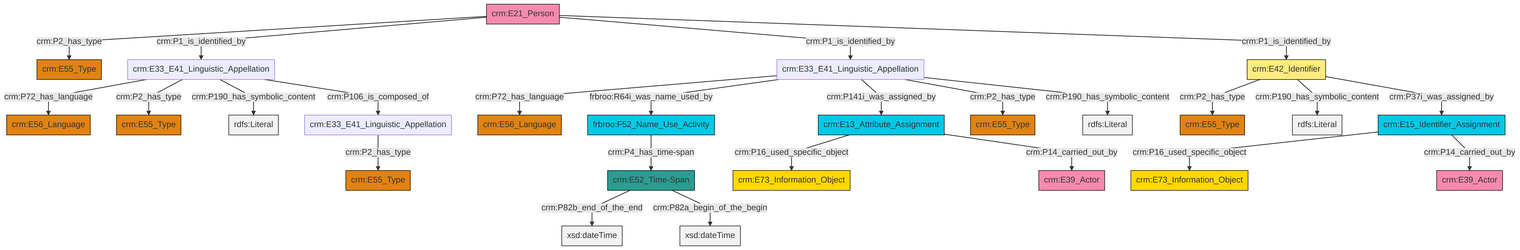
Above: et/personCSV/ttl/mmd/png/Person_Names_and_Classification.png in swiss-art-research-net/reference-data-models (Mermaid), before the change. Its source is kept beside it as et/personCSV/ttl/mmd/Person_Names_and_Classification.ttl.mmd. Its diagram source:
```mermaid
graph TD
classDef Literal fill:#f2f2f2,stroke:#000000;
classDef CRM_Entity fill:#FFFFFF,stroke:#000000;
classDef Temporal_Entity fill:#00C9E6, stroke:#000000;
classDef Type fill:#E18312, stroke:#000000;
classDef Time-Span fill:#2C9C91, stroke:#000000;
classDef Appellation fill:#FFEB7F, stroke:#000000;
classDef Place fill:#008836, stroke:#000000;
classDef Persistent_Item fill:#B266B2, stroke:#000000;
classDef Conceptual_Object fill:#FFD700, stroke:#000000;
classDef Physical_Thing fill:#D2B48C, stroke:#000000;
classDef Actor fill:#f58aad, stroke:#000000;
classDef PC_Classes fill:#4ce600, stroke:#000000;
classDef Multi fill:#cccccc,stroke:#000000;

2["crm:E15_Identifier_Assignment"]:::Temporal_Entity -->|crm:P16_used_specific_object| 3["crm:E73_Information_Object"]:::Conceptual_Object
6["crm:E33_E41_Linguistic_Appellation"]:::Default -->|crm:P72_has_language| 7["crm:E56_Language"]:::Type
6["crm:E33_E41_Linguistic_Appellation"]:::Default -->|frbroo:R64i_was_name_used_by| 8["frbroo:F52_Name_Use_Activity"]:::Temporal_Entity
13["crm:E52_Time-Span"]:::Time-Span -->|crm:P82b_end_of_the_end| 14[xsd:dateTime]:::Literal
0["crm:E21_Person"]:::Actor -->|crm:P2_has_type| 16["crm:E55_Type"]:::Type
6["crm:E33_E41_Linguistic_Appellation"]:::Default -->|crm:P141i_was_assigned_by| 17["crm:E13_Attribute_Assignment"]:::Temporal_Entity
17["crm:E13_Attribute_Assignment"]:::Temporal_Entity -->|crm:P16_used_specific_object| 18["crm:E73_Information_Object"]:::Conceptual_Object
6["crm:E33_E41_Linguistic_Appellation"]:::Default -->|crm:P2_has_type| 19["crm:E55_Type"]:::Type
20["crm:E33_E41_Linguistic_Appellation"]:::Default -->|crm:P72_has_language| 9["crm:E56_Language"]:::Type
21["crm:E42_Identifier"]:::Appellation -->|crm:P2_has_type| 22["crm:E55_Type"]:::Type
0["crm:E21_Person"]:::Actor -->|crm:P1_is_identified_by| 20["crm:E33_E41_Linguistic_Appellation"]:::Default
20["crm:E33_E41_Linguistic_Appellation"]:::Default -->|crm:P2_has_type| 24["crm:E55_Type"]:::Type
0["crm:E21_Person"]:::Actor -->|crm:P1_is_identified_by| 6["crm:E33_E41_Linguistic_Appellation"]:::Default
21["crm:E42_Identifier"]:::Appellation -->|crm:P190_has_symbolic_content| 26[rdfs:Literal]:::Literal
21["crm:E42_Identifier"]:::Appellation -->|crm:P37i_was_assigned_by| 2["crm:E15_Identifier_Assignment"]:::Temporal_Entity
4["crm:E33_E41_Linguistic_Appellation"]:::Default -->|crm:P2_has_type| 11["crm:E55_Type"]:::Type
2["crm:E15_Identifier_Assignment"]:::Temporal_Entity -->|crm:P14_carried_out_by| 27["crm:E39_Actor"]:::Actor
8["frbroo:F52_Name_Use_Activity"]:::Temporal_Entity -->|crm:P4_has_time-span| 13["crm:E52_Time-Span"]:::Time-Span
13["crm:E52_Time-Span"]:::Time-Span -->|crm:P82a_begin_of_the_begin| 36[xsd:dateTime]:::Literal
20["crm:E33_E41_Linguistic_Appellation"]:::Default -->|crm:P190_has_symbolic_content| 38[rdfs:Literal]:::Literal
0["crm:E21_Person"]:::Actor -->|crm:P1_is_identified_by| 21["crm:E42_Identifier"]:::Appellation
6["crm:E33_E41_Linguistic_Appellation"]:::Default -->|crm:P190_has_symbolic_content| 40[rdfs:Literal]:::Literal
17["crm:E13_Attribute_Assignment"]:::Temporal_Entity -->|crm:P14_carried_out_by| 32["crm:E39_Actor"]:::Actor
20["crm:E33_E41_Linguistic_Appellation"]:::Default -->|crm:P106_is_composed_of| 4["crm:E33_E41_Linguistic_Appellation"]:::Default
```
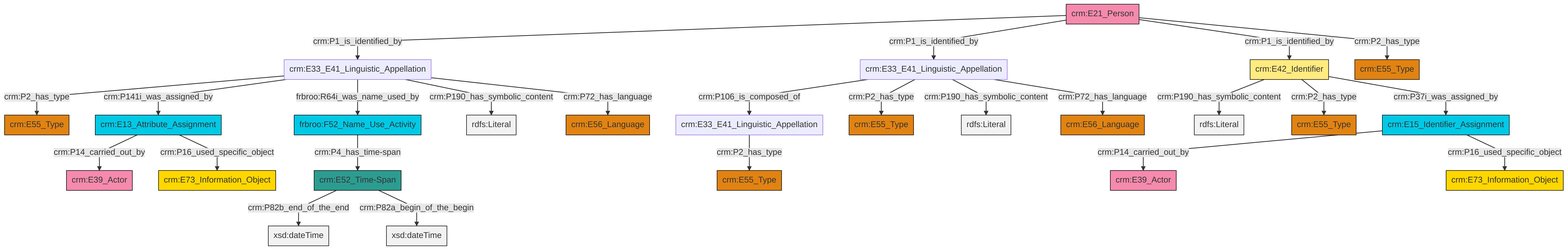
Later version of the same file.

The edit, as a diff of the source:
```diff
@@ -13,27 +13,27 @@
 classDef PC_Classes fill:#4ce600, stroke:#000000;
 classDef Multi fill:#cccccc,stroke:#000000;
 
-2["crm:E15_Identifier_Assignment"]:::Temporal_Entity -->|crm:P16_used_specific_object| 3["crm:E73_Information_Object"]:::Conceptual_Object
-6["crm:E33_E41_Linguistic_Appellation"]:::Default -->|crm:P72_has_language| 7["crm:E56_Language"]:::Type
-6["crm:E33_E41_Linguistic_Appellation"]:::Default -->|frbroo:R64i_was_name_used_by| 8["frbroo:F52_Name_Use_Activity"]:::Temporal_Entity
-13["crm:E52_Time-Span"]:::Time-Span -->|crm:P82b_end_of_the_end| 14[xsd:dateTime]:::Literal
-0["crm:E21_Person"]:::Actor -->|crm:P2_has_type| 16["crm:E55_Type"]:::Type
-6["crm:E33_E41_Linguistic_Appellation"]:::Default -->|crm:P141i_was_assigned_by| 17["crm:E13_Attribute_Assignment"]:::Temporal_Entity
-17["crm:E13_Attribute_Assignment"]:::Temporal_Entity -->|crm:P16_used_specific_object| 18["crm:E73_Information_Object"]:::Conceptual_Object
-6["crm:E33_E41_Linguistic_Appellation"]:::Default -->|crm:P2_has_type| 19["crm:E55_Type"]:::Type
-20["crm:E33_E41_Linguistic_Appellation"]:::Default -->|crm:P72_has_language| 9["crm:E56_Language"]:::Type
-21["crm:E42_Identifier"]:::Appellation -->|crm:P2_has_type| 22["crm:E55_Type"]:::Type
-0["crm:E21_Person"]:::Actor -->|crm:P1_is_identified_by| 20["crm:E33_E41_Linguistic_Appellation"]:::Default
-20["crm:E33_E41_Linguistic_Appellation"]:::Default -->|crm:P2_has_type| 24["crm:E55_Type"]:::Type
-0["crm:E21_Person"]:::Actor -->|crm:P1_is_identified_by| 6["crm:E33_E41_Linguistic_Appellation"]:::Default
-21["crm:E42_Identifier"]:::Appellation -->|crm:P190_has_symbolic_content| 26[rdfs:Literal]:::Literal
-21["crm:E42_Identifier"]:::Appellation -->|crm:P37i_was_assigned_by| 2["crm:E15_Identifier_Assignment"]:::Temporal_Entity
-4["crm:E33_E41_Linguistic_Appellation"]:::Default -->|crm:P2_has_type| 11["crm:E55_Type"]:::Type
-2["crm:E15_Identifier_Assignment"]:::Temporal_Entity -->|crm:P14_carried_out_by| 27["crm:E39_Actor"]:::Actor
-8["frbroo:F52_Name_Use_Activity"]:::Temporal_Entity -->|crm:P4_has_time-span| 13["crm:E52_Time-Span"]:::Time-Span
-13["crm:E52_Time-Span"]:::Time-Span -->|crm:P82a_begin_of_the_begin| 36[xsd:dateTime]:::Literal
-20["crm:E33_E41_Linguistic_Appellation"]:::Default -->|crm:P190_has_symbolic_content| 38[rdfs:Literal]:::Literal
-0["crm:E21_Person"]:::Actor -->|crm:P1_is_identified_by| 21["crm:E42_Identifier"]:::Appellation
-6["crm:E33_E41_Linguistic_Appellation"]:::Default -->|crm:P190_has_symbolic_content| 40[rdfs:Literal]:::Literal
-17["crm:E13_Attribute_Assignment"]:::Temporal_Entity -->|crm:P14_carried_out_by| 32["crm:E39_Actor"]:::Actor
-20["crm:E33_E41_Linguistic_Appellation"]:::Default -->|crm:P106_is_composed_of| 4["crm:E33_E41_Linguistic_Appellation"]:::Default
+0["frbroo:F52_Name_Use_Activity"]:::Temporal_Entity -->|crm:P4_has_time-span| 1["crm:E52_Time-Span"]:::Time-Span
+2["crm:E21_Person"]:::Actor -->|crm:P1_is_identified_by| 3["crm:E33_E41_Linguistic_Appellation"]:::Default
+6["crm:E33_E41_Linguistic_Appellation"]:::Default -->|crm:P106_is_composed_of| 7["crm:E33_E41_Linguistic_Appellation"]:::Default
+6["crm:E33_E41_Linguistic_Appellation"]:::Default -->|crm:P2_has_type| 10["crm:E55_Type"]:::Type
+1["crm:E52_Time-Span"]:::Time-Span -->|crm:P82b_end_of_the_end| 11[xsd:dateTime]:::Literal
+12["crm:E15_Identifier_Assignment"]:::Temporal_Entity -->|crm:P14_carried_out_by| 13["crm:E39_Actor"]:::Actor
+14["crm:E42_Identifier"]:::Appellation -->|crm:P190_has_symbolic_content| 15[rdfs:Literal]:::Literal
+2["crm:E21_Person"]:::Actor -->|crm:P1_is_identified_by| 6["crm:E33_E41_Linguistic_Appellation"]:::Default
+14["crm:E42_Identifier"]:::Appellation -->|crm:P2_has_type| 18["crm:E55_Type"]:::Type
+2["crm:E21_Person"]:::Actor -->|crm:P1_is_identified_by| 14["crm:E42_Identifier"]:::Appellation
+6["crm:E33_E41_Linguistic_Appellation"]:::Default -->|crm:P190_has_symbolic_content| 23[rdfs:Literal]:::Literal
+2["crm:E21_Person"]:::Actor -->|crm:P2_has_type| 26["crm:E55_Type"]:::Type
+7["crm:E33_E41_Linguistic_Appellation"]:::Default -->|crm:P2_has_type| 27["crm:E55_Type"]:::Type
+3["crm:E33_E41_Linguistic_Appellation"]:::Default -->|crm:P2_has_type| 30["crm:E55_Type"]:::Type
+8["crm:E13_Attribute_Assignment"]:::Temporal_Entity -->|crm:P14_carried_out_by| 31["crm:E39_Actor"]:::Actor
+3["crm:E33_E41_Linguistic_Appellation"]:::Default -->|crm:P141i_was_assigned_by| 8["crm:E13_Attribute_Assignment"]:::Temporal_Entity
+8["crm:E13_Attribute_Assignment"]:::Temporal_Entity -->|crm:P16_used_specific_object| 4["crm:E73_Information_Object"]:::Conceptual_Object
+12["crm:E15_Identifier_Assignment"]:::Temporal_Entity -->|crm:P16_used_specific_object| 21["crm:E73_Information_Object"]:::Conceptual_Object
+3["crm:E33_E41_Linguistic_Appellation"]:::Default -->|frbroo:R64i_was_name_used_by| 0["frbroo:F52_Name_Use_Activity"]:::Temporal_Entity
+6["crm:E33_E41_Linguistic_Appellation"]:::Default -->|crm:P72_has_language| 16["crm:E56_Language"]:::Type
+3["crm:E33_E41_Linguistic_Appellation"]:::Default -->|crm:P190_has_symbolic_content| 40[rdfs:Literal]:::Literal
+3["crm:E33_E41_Linguistic_Appellation"]:::Default -->|crm:P72_has_language| 33["crm:E56_Language"]:::Type
+14["crm:E42_Identifier"]:::Appellation -->|crm:P37i_was_assigned_by| 12["crm:E15_Identifier_Assignment"]:::Temporal_Entity
+1["crm:E52_Time-Span"]:::Time-Span -->|crm:P82a_begin_of_the_begin| 43[xsd:dateTime]:::Literal
```
